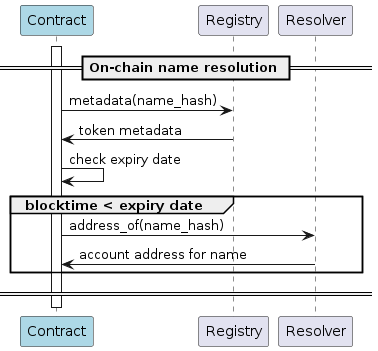
This is docs/sequence-diagrams/puml/onchain-name-resolution.png from make-software/cspr-name-contracts, a PlantUML export, as it was before one commit.
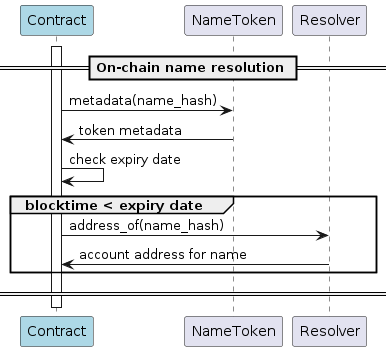
After the commit.

What changed in the source:
```diff
@@ -1,14 +1,14 @@
 @startuml
 
 participant "Contract" #lightblue
-participant "Registry"
+participant "NameToken"
 participant "Resolver"
 
 == On-chain name resolution ==
 
 activate "Contract"
-"Contract" -> "Registry": metadata(name_hash)
-"Registry" -> "Contract": token metadata
+"Contract" -> "NameToken": metadata(name_hash)
+"NameToken" -> "Contract": token metadata
 Contract -> Contract: check expiry date
 
 group blocktime < expiry date
```
